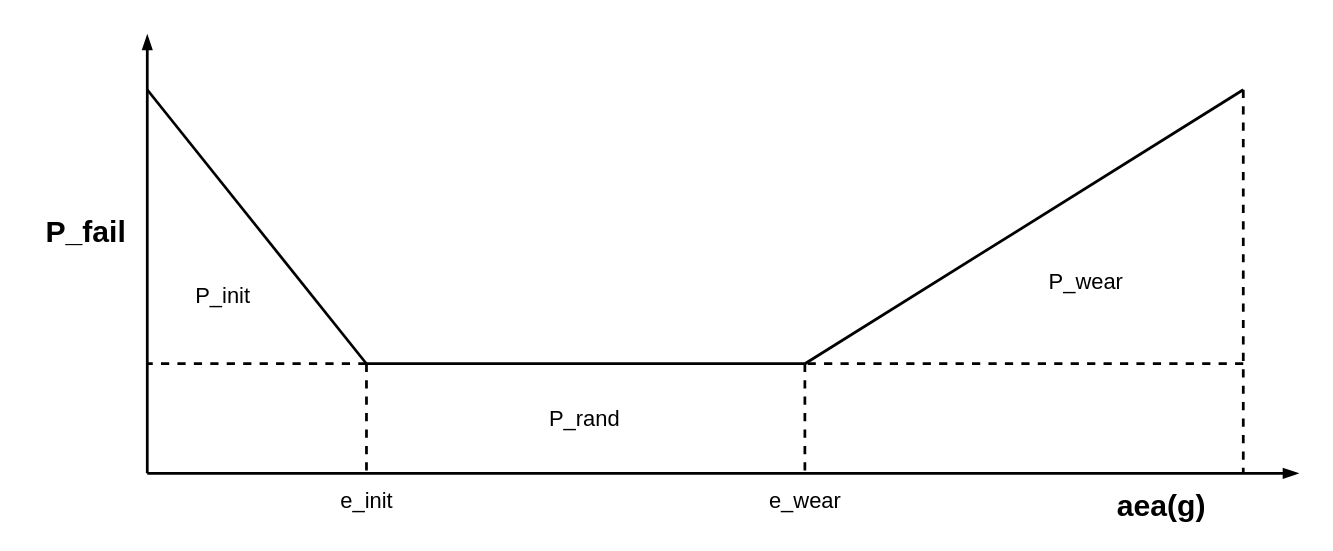
sevenmachines/els_energy_optimisation_and_adaptive_coverage_in_wsn_systems keeps this draw.io diagram as source/node_reliability_lifespan.drawio. Above is the earlier version. Source tidied: cells renumbered, new cells numbered last; positions are measured from the earlier drawing's top-left corner, leaving out a move shared by most shapes. Both pictures are drawn from the tidied source at 137%, with x=0, y=0 at pixel (37, 34).
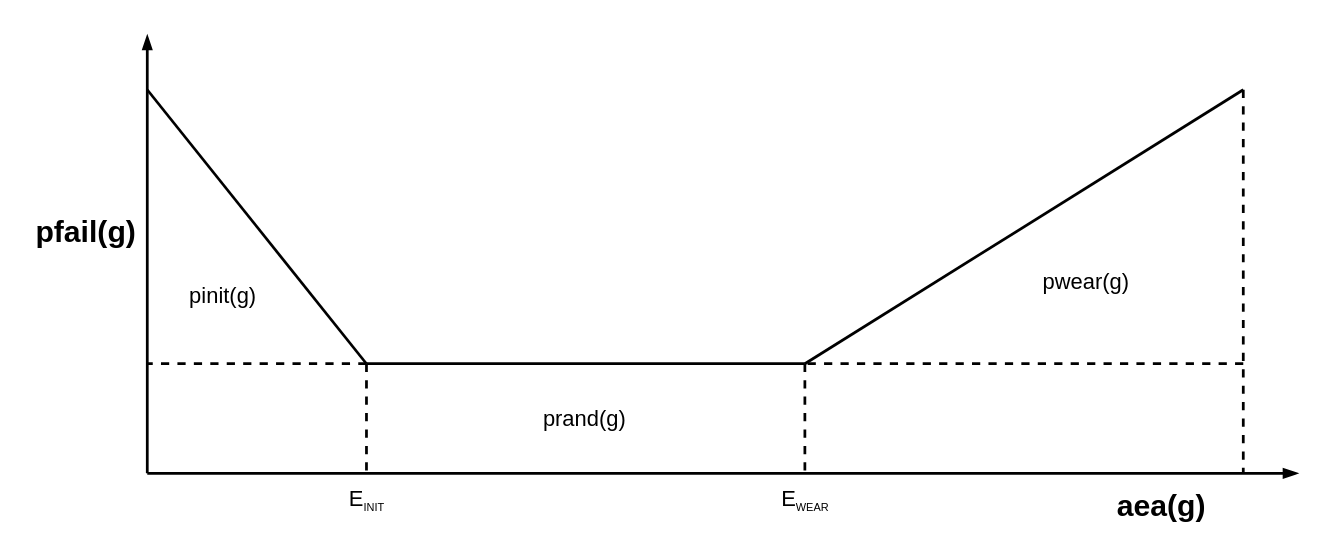
After the change.

Diff of the diagram source:
```diff
@@
-    <mxCell id="10" value="P_fail" style="text;html=1;align=center;verticalAlign=middle;fontSize=22;fontStyle=1;strokeWidth=2;" parent="1" vertex="1">
-      <mxGeometry y="130" width="70" height="30" as="geometry" />
+    <mxCell id="10" value="pfail(g)" style="text;html=1;align=center;verticalAlign=middle;fontSize=22;fontStyle=1;strokeWidth=2;" parent="1" vertex="1">
+      <mxGeometry x="-10" y="130" width="90" height="30" as="geometry" />
     </mxCell>
-    <mxCell id="11" value="P_init" style="text;html=1;align=center;verticalAlign=middle;fontSize=16;strokeWidth=2;" parent="1" vertex="1">
+    <mxCell id="11" value="pinit(g)" style="text;html=1;align=center;verticalAlign=middle;fontSize=16;strokeWidth=2;" parent="1" vertex="1">
       <mxGeometry x="105" y="180" width="60" height="20" as="geometry" />
     </mxCell>
-    <mxCell id="12" value="P_rand" style="text;html=1;align=center;verticalAlign=middle;fontSize=16;strokeWidth=2;" parent="1" vertex="1">
-      <mxGeometry x="364" y="270" width="70" height="20" as="geometry" />
+    <mxCell id="12" value="prand(g)" style="text;html=1;align=center;verticalAlign=middle;fontSize=16;strokeWidth=2;" parent="1" vertex="1">
+      <mxGeometry x="359" y="270" width="80" height="20" as="geometry" />
     </mxCell>
-    <mxCell id="13" value="P_wear" style="text;html=1;align=center;verticalAlign=middle;fontSize=16;strokeWidth=2;" parent="1" vertex="1">
-      <mxGeometry x="730" y="170" width="70" height="20" as="geometry" />
+    <mxCell id="13" value="pwear(g)" style="text;html=1;align=center;verticalAlign=middle;fontSize=16;strokeWidth=2;" parent="1" vertex="1">
+      <mxGeometry x="725" y="170" width="80" height="20" as="geometry" />
     </mxCell>
@@
-    <mxCell id="15" value="e_init" style="text;html=1;align=center;verticalAlign=middle;fontSize=16;strokeWidth=2;" parent="1" vertex="1">
-      <mxGeometry x="215" y="330" width="50" height="20" as="geometry" />
+    <mxCell id="15" value="E&lt;sub&gt;&lt;font style=&quot;font-size: 8px&quot;&gt;INIT&lt;/font&gt;&lt;/sub&gt;" style="text;html=1;align=center;verticalAlign=middle;fontSize=16;strokeWidth=2;" parent="1" vertex="1">
+      <mxGeometry x="220" y="325" width="40" height="30" as="geometry" />
     </mxCell>
-    <mxCell id="16" value="e_wear" style="text;html=1;align=center;verticalAlign=middle;fontSize=16;strokeWidth=2;" parent="1" vertex="1">
-      <mxGeometry x="525" y="330" width="70" height="20" as="geometry" />
+    <mxCell id="16" value="E&lt;sub&gt;&lt;font style=&quot;font-size: 8px&quot;&gt;WEAR&lt;/font&gt;&lt;/sub&gt;" style="text;html=1;align=center;verticalAlign=middle;fontSize=16;strokeWidth=2;" parent="1" vertex="1">
+      <mxGeometry x="535" y="325" width="50" height="30" as="geometry" />
     </mxCell>
```
